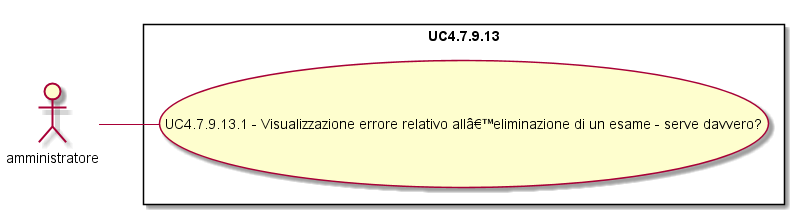
Before: Analisi dei requisiti/img/UC4-7-9-13.png, a diagram exported from PlantUML (SOS-SonsOfSwe/Marvin).
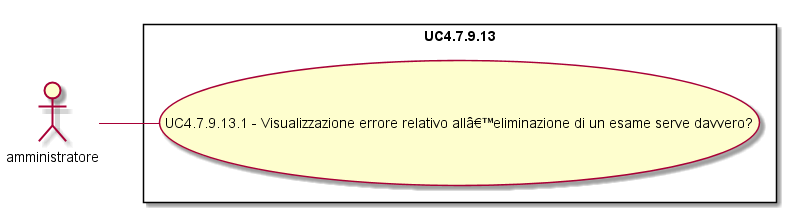
After the commit.

What changed in the source:
```diff
@@ -3,6 +3,6 @@
 skinparam packageStyle rectangle
 actor amministratore
 rectangle UC4.7.9.13 {
-amministratore -- (UC4.7.9.13.1 - Visualizzazione errore relativo allâ??eliminazione di un esame - serve davvero?)
+amministratore -- (UC4.7.9.13.1 - Visualizzazione errore relativo allâ??eliminazione di un esame serve davvero?)
 }
 @enduml
```
